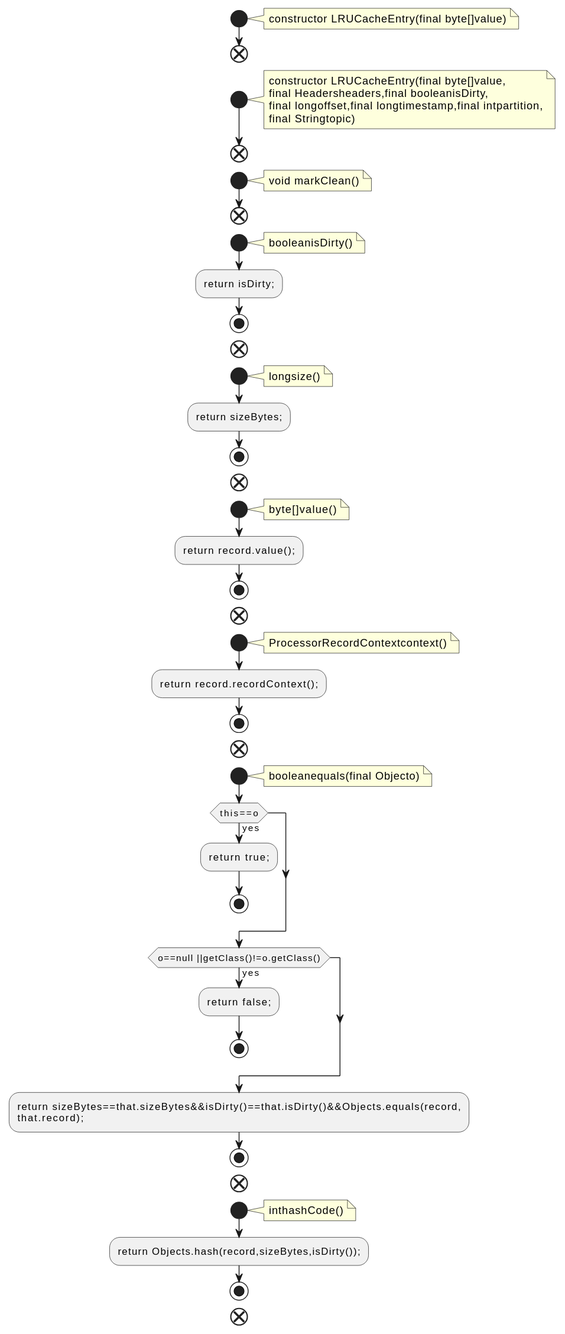
Before: docs/qc/streams/src/main/java/org/apache/kafka/streams/state/internals/LRUCacheEntry.java.fct.svg, a diagram exported from PlantUML (qualitesys/kafka).
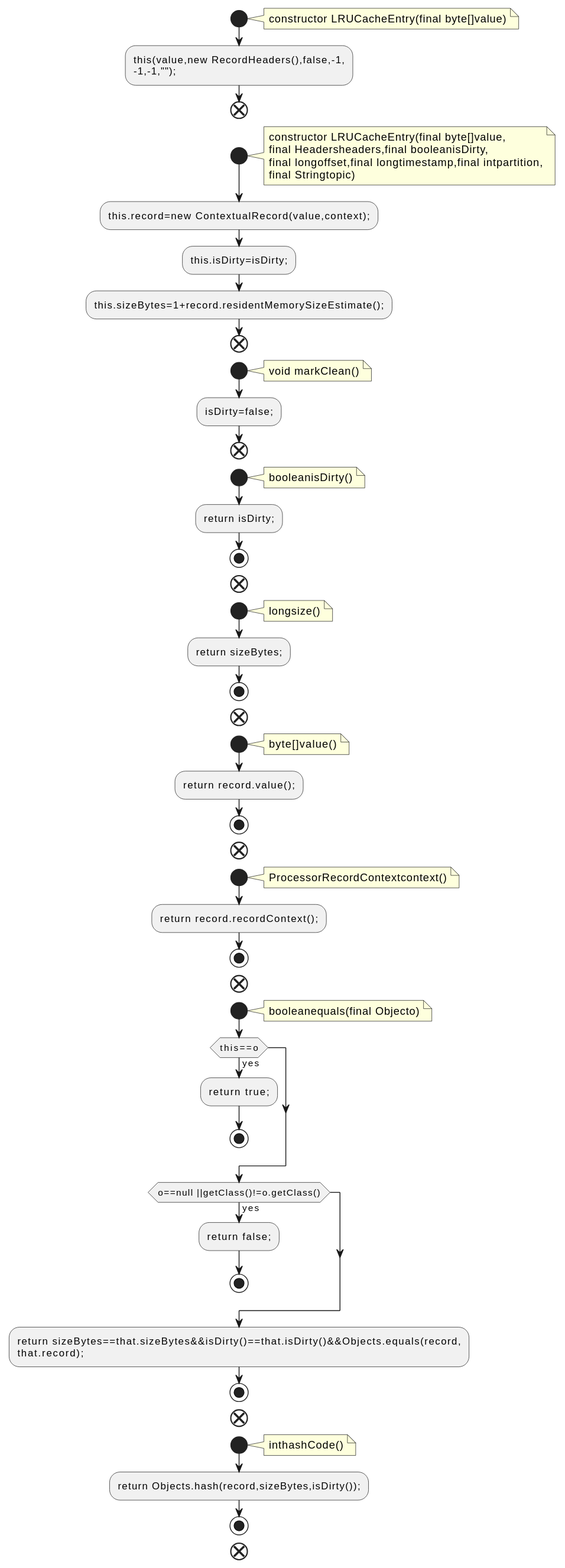
Above is the later version.

The edit, as a diff of the source:
```diff
@@ -4,6 +4,8 @@
 note right
 constructor LRUCacheEntry(final byte[]value)
 end note
+:this(value,new RecordHeaders(),false,-1,
+-1,-1,"");;
 end
 start
 note right
@@ -12,11 +14,15 @@
 final longoffset,final longtimestamp,final intpartition,
 final Stringtopic)
 end note
+:this.record=new ContextualRecord(value,context);;
+:this.isDirty=isDirty;;
+:this.sizeBytes=1+record.residentMemorySizeEstimate();;
 end
 start
 note right
 void markClean()
 end note
+:isDirty=false;;
 end
 start
 note right
```
